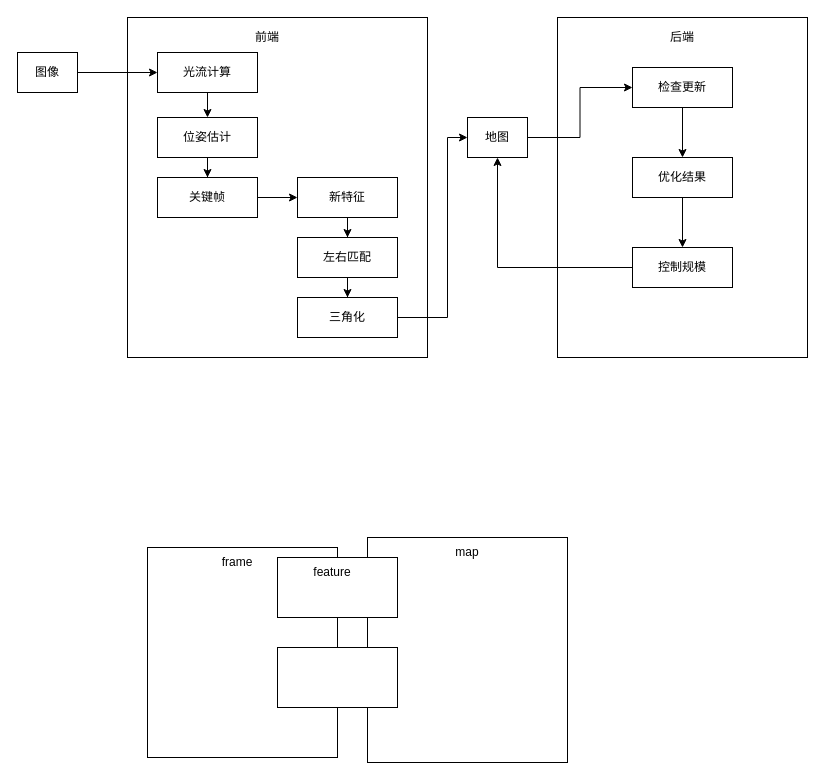
The draw.io diagram docs/算法框架.drawio in ShaoHLeon/slam_CH13, before the edit. Source tidied: cells renumbered, new cells numbered last; positions are measured from the earlier drawing's top-left corner, leaving out a move shared by most shapes. Both pictures are drawn from the tidied source at 100%, with x=0, y=0 at pixel (17, 17).
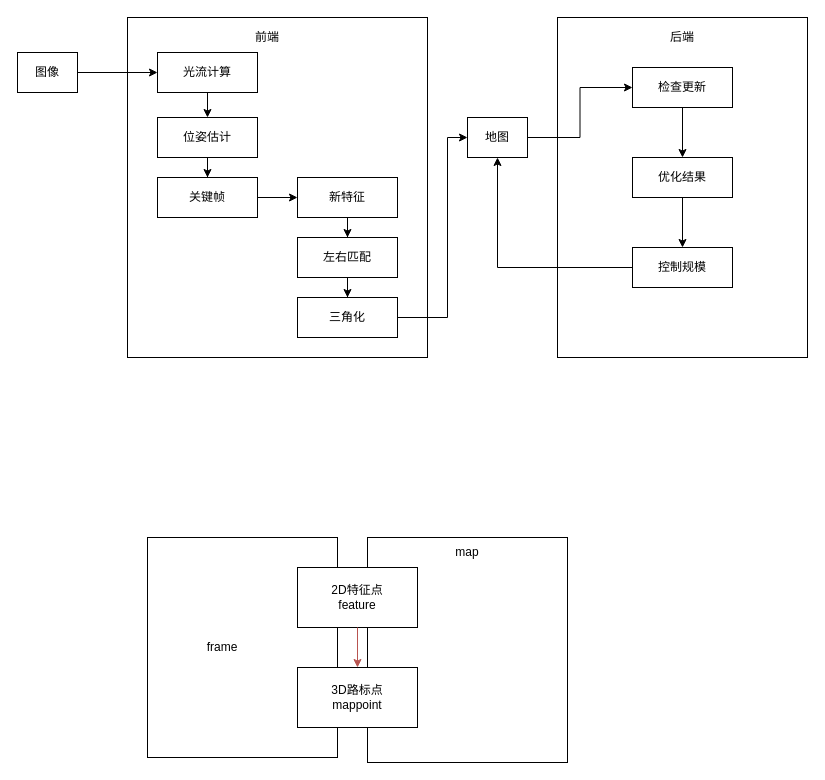
The same diagram, later.

Diff of the diagram source:
```diff
@@
+    <mxCell id="37" style="group;" parent="1" vertex="1">
+      <mxGeometry x="130" y="520" width="190" height="220" as="geometry" />
+    </mxCell>
+    <mxCell id="3" style="rounded=0;whiteSpace=wrap;html=1;" parent="37" vertex="1">
+      <mxGeometry width="190" height="220" as="geometry" />
+    </mxCell>
+    <mxCell id="31" value="frame" style="text;html=1;align=center;verticalAlign=middle;whiteSpace=wrap;rounded=0;" parent="37" vertex="1">
+      <mxGeometry width="150" height="220" as="geometry" />
+    </mxCell>
@@
-    <mxCell id="3" style="rounded=0;whiteSpace=wrap;html=1;" parent="1" vertex="1">
-      <mxGeometry x="130" y="530" width="190" height="210" as="geometry" />
-    </mxCell>
@@
-    <mxCell id="31" value="frame" style="text;html=1;align=center;verticalAlign=middle;whiteSpace=wrap;rounded=0;" parent="1" vertex="1">
-      <mxGeometry x="190" y="530" width="60" height="30" as="geometry" />
-    </mxCell>
     <mxCell id="32" style="group;" parent="1" vertex="1">
-      <mxGeometry x="260" y="540" width="120" height="60" as="geometry" />
+      <mxGeometry x="280" y="550" width="120" height="60" as="geometry" />
     </mxCell>
-    <mxCell id="33" style="rounded=0;whiteSpace=wrap;html=1;" parent="32" vertex="1">
+    <mxCell id="33" value="&lt;div&gt;2D特征点&lt;/div&gt;feature" style="rounded=0;whiteSpace=wrap;html=1;" parent="32" vertex="1">
       <mxGeometry width="120" height="60" as="geometry" />
     </mxCell>
-    <mxCell id="34" value="feature" style="text;html=1;align=center;verticalAlign=middle;whiteSpace=wrap;rounded=0;" parent="32" vertex="1">
-      <mxGeometry x="25" width="60" height="30" as="geometry" />
-    </mxCell>
@@
-    <mxCell id="36" style="rounded=0;whiteSpace=wrap;html=1;" parent="1" vertex="1">
-      <mxGeometry x="260" y="630" width="120" height="60" as="geometry" />
+    <mxCell id="36" value="3D路标点&lt;div&gt;mappoint&lt;/div&gt;" style="rounded=0;whiteSpace=wrap;html=1;" parent="1" vertex="1">
+      <mxGeometry x="280" y="650" width="120" height="60" as="geometry" />
     </mxCell>
+    <mxCell id="38" style="edgeStyle=orthogonalEdgeStyle;rounded=0;jettySize=auto;html=1;exitX=0.5;exitY=1;exitDx=0;exitDy=0;entryX=0.5;entryY=0;entryDx=0;entryDy=0;fillColor=#f8cecc;strokeColor=#b85450;" parent="1" edge="1" source="33" target="36">
+      <mxGeometry relative="1" as="geometry" />
+    </mxCell>
```
